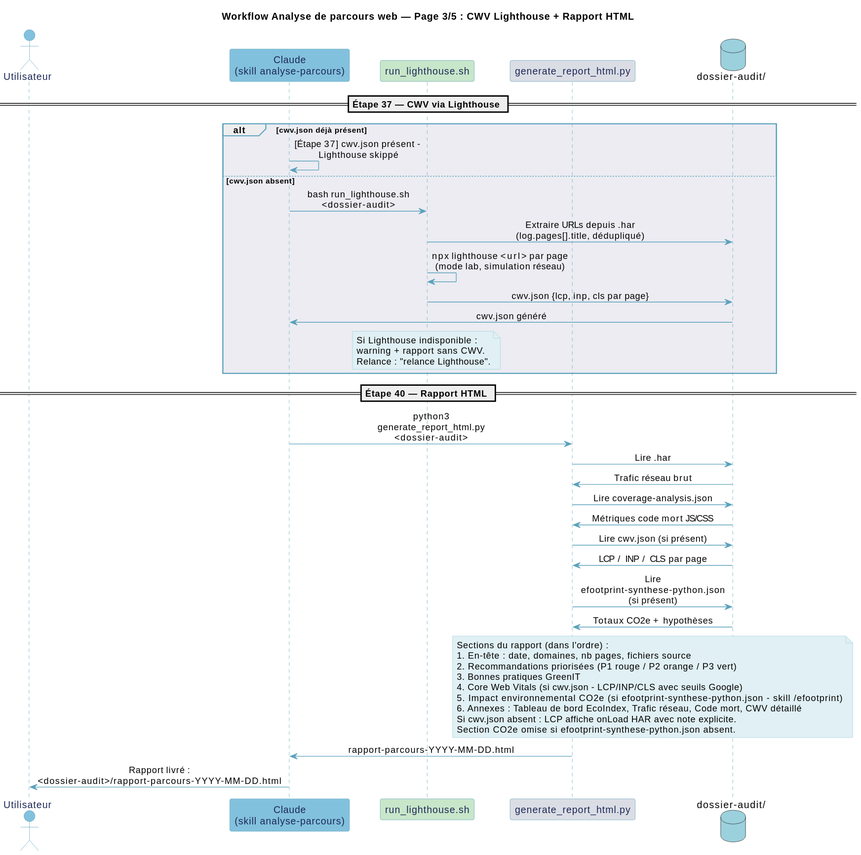
The PlantUML diagram documentation/diagrammes/analyse-parcours-p3.svg in Boavizta/eroom, before a commit.
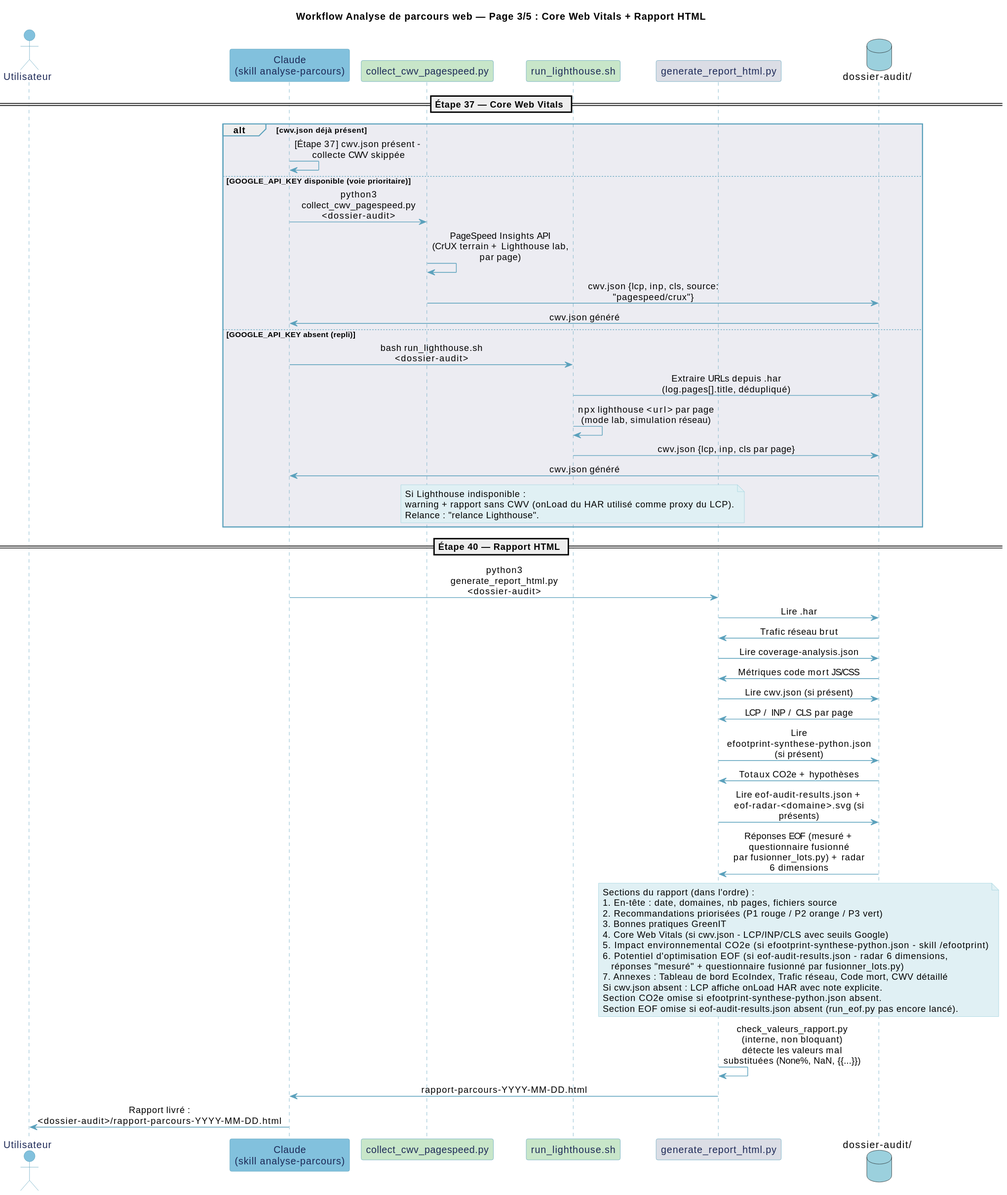
After the change.

The edit, as a diff of the source:
```diff
@@ -1,5 +1,5 @@
 @startuml
-title Workflow Analyse de parcours web — Page 3/5 : CWV Lighthouse + Rapport HTML
+title Workflow Analyse de parcours web — Page 3/5 : Core Web Vitals + Rapport HTML
 
 skinparam backgroundColor #FFFFFF
 skinparam participant {
@@ -24,15 +24,21 @@
 
 actor "Utilisateur" as U #82C1DD
 participant "Claude\n(skill analyse-parcours)" as C #82C1DD
+participant "collect_cwv_pagespeed.py" as CW #C8E6C9
 participant "run_lighthouse.sh" as LH #C8E6C9
 participant "generate_report_html.py" as GR #DBDDE5
 database "dossier-audit/" as FS #9BD0DD
 
-== Étape 37 — CWV via Lighthouse ==
+== Étape 37 — Core Web Vitals ==
 
 alt cwv.json déjà présent
-  C -> C : [Étape 37] cwv.json présent - Lighthouse skippé
-else cwv.json absent
+  C -> C : [Étape 37] cwv.json présent - collecte CWV skippée
+else GOOGLE_API_KEY disponible (voie prioritaire)
+  C -> CW : python3 collect_cwv_pagespeed.py <dossier-audit>
+  CW -> CW : PageSpeed Insights API\n(CrUX terrain + Lighthouse lab, par page)
+  CW -> FS : cwv.json {lcp, inp, cls, source: "pagespeed/crux"}
+  FS -> C : cwv.json généré
+else GOOGLE_API_KEY absent (repli)
   C -> LH : bash run_lighthouse.sh <dossier-audit>
   LH -> FS : Extraire URLs depuis .har\n(log.pages[].title, dédupliqué)
   LH -> LH : npx lighthouse <url> par page\n(mode lab, simulation réseau)
@@ -40,7 +46,7 @@
   FS -> C : cwv.json généré
   note over LH
     Si Lighthouse indisponible :
-    warning + rapport sans CWV.
+    warning + rapport sans CWV (onLoad du HAR utilisé comme proxy du LCP).
     Relance : "relance Lighthouse".
   end note
 end
@@ -56,6 +62,8 @@
 FS -> GR : LCP / INP / CLS par page
 GR -> FS : Lire efootprint-synthese-python.json (si présent)
 FS -> GR : Totaux CO2e + hypothèses
+GR -> FS : Lire eof-audit-results.json + eof-radar-<domaine>.svg (si présents)
+FS -> GR : Réponses EOF (mesuré + questionnaire fusionné\npar fusionner_lots.py) + radar 6 dimensions
 
 note over GR, FS
   Sections du rapport (dans l'ordre) :
@@ -64,11 +72,15 @@
   3. Bonnes pratiques GreenIT
   4. Core Web Vitals (si cwv.json - LCP/INP/CLS avec seuils Google)
   5. Impact environnemental CO2e (si efootprint-synthese-python.json - skill /efootprint)
-  6. Annexes : Tableau de bord EcoIndex, Trafic réseau, Code mort, CWV détaillé
+  6. Potentiel d'optimisation EOF (si eof-audit-results.json - radar 6 dimensions,
+     réponses "mesuré" + questionnaire fusionné par fusionner_lots.py)
+  7. Annexes : Tableau de bord EcoIndex, Trafic réseau, Code mort, CWV détaillé
   Si cwv.json absent : LCP affiche onLoad HAR avec note explicite.
   Section CO2e omise si efootprint-synthese-python.json absent.
+  Section EOF omise si eof-audit-results.json absent (run_eof.py pas encore lancé).
 end note
 
+GR -> GR : check_valeurs_rapport.py (interne, non bloquant)\ndétecte les valeurs mal substituées (None%, NaN, {{...}})
 GR -> C : rapport-parcours-YYYY-MM-DD.html
 C -> U : Rapport livré :\n<dossier-audit>/rapport-parcours-YYYY-MM-DD.html
 @enduml
```
